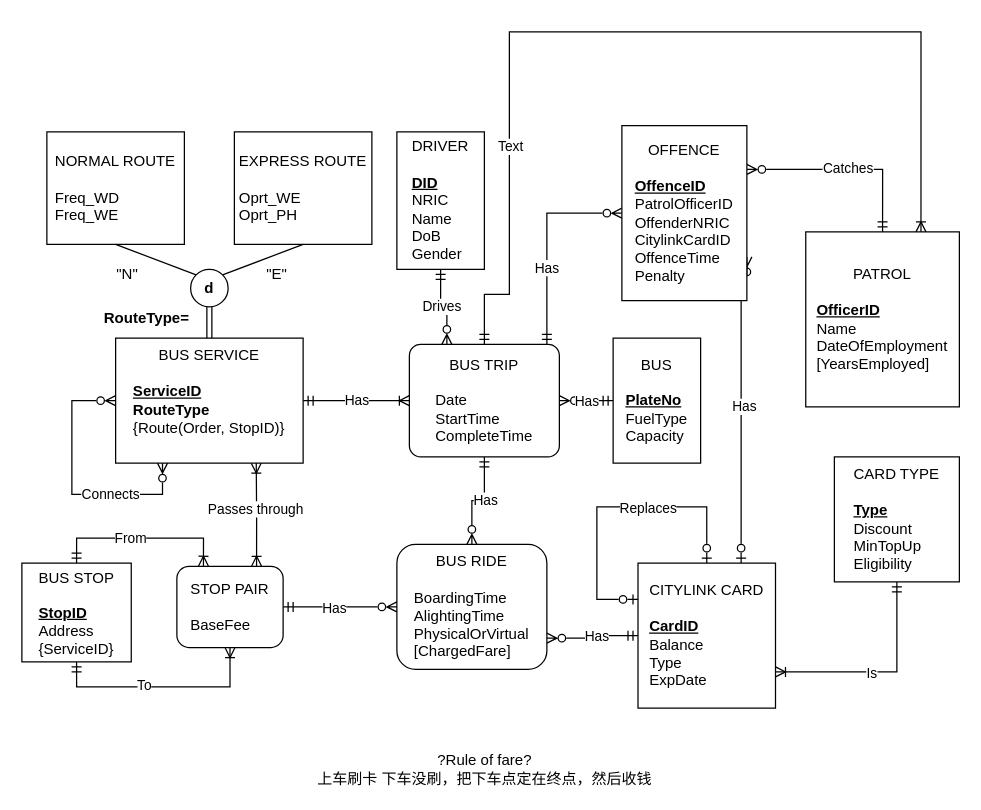
QJUNJIQ/DM22 keeps this draw.io diagram as page "Page-2" (2 of 3) of Public Bus Transport System (PBTS) .drawio. Above is the earlier version. Source tidied: cells renumbered, new cells numbered last; positions are measured from the earlier drawing's top-left corner, leaving out a move shared by most shapes. Both pictures are drawn from the tidied source at 125%, with x=0, y=0 at pixel (21, 31).
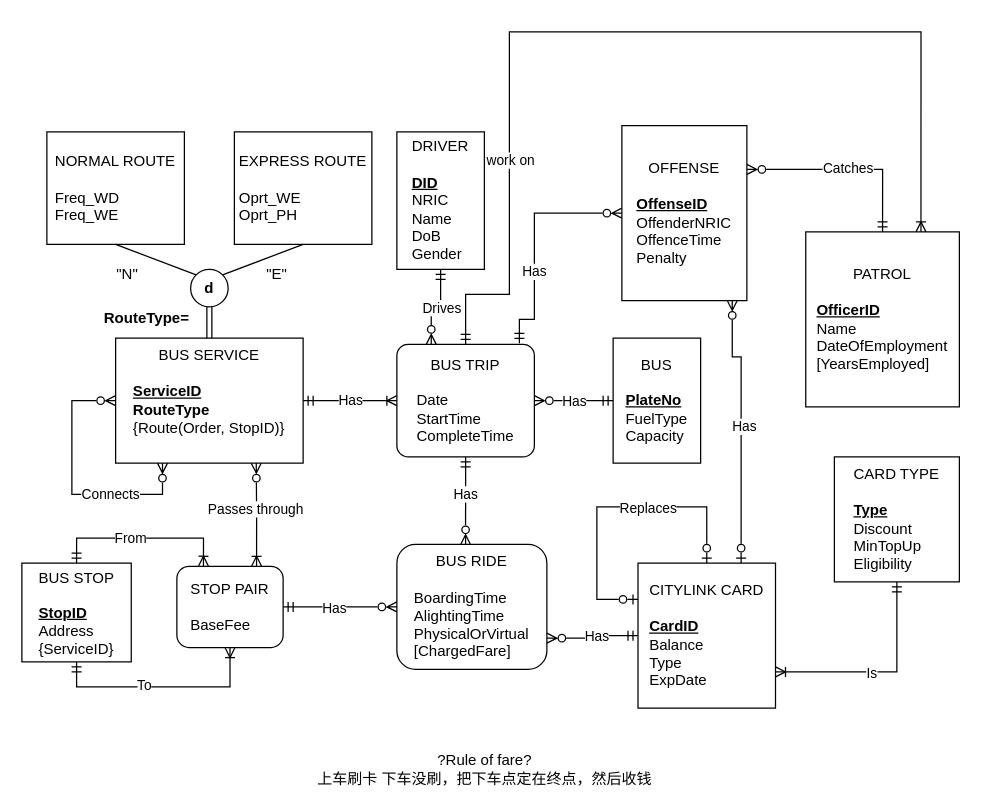
After the change.

Unchanged cells that the change refers to:
```xml
<mxCell id="10" value="BUS SERVICE&lt;br&gt;&lt;br&gt;&lt;div style=&quot;text-align: left&quot;&gt;&lt;b&gt;&lt;u&gt;ServiceID&lt;/u&gt;&lt;/b&gt;&lt;/div&gt;&lt;div style=&quot;text-align: left&quot;&gt;&lt;b&gt;RouteType&lt;/b&gt;&lt;span&gt;&lt;br&gt;&lt;/span&gt;&lt;/div&gt;&lt;div style=&quot;text-align: left&quot;&gt;&lt;span&gt;{Route&lt;/span&gt;&lt;span&gt;(Order, StopID)}&lt;/span&gt;&lt;/div&gt;&lt;div style=&quot;text-align: left&quot;&gt;&lt;span&gt;&lt;br&gt;&lt;/span&gt;&lt;/div&gt;" style="whiteSpace=wrap;html=1;align=center;" parent="1" vertex="1">
  <mxGeometry x="75" y="245" width="150" height="100" as="geometry" />
</mxCell>
<mxCell id="33" value="CITYLINK CARD&lt;br&gt;&lt;br&gt;&lt;div style=&quot;text-align: left&quot;&gt;&lt;span&gt;&lt;b&gt;&lt;u&gt;CardID&lt;/u&gt;&lt;/b&gt;&lt;/span&gt;&lt;/div&gt;&lt;div style=&quot;text-align: left&quot;&gt;&lt;span&gt;Balance&lt;/span&gt;&lt;/div&gt;&lt;div style=&quot;text-align: left&quot;&gt;&lt;span&gt;Type&lt;/span&gt;&lt;/div&gt;&lt;div style=&quot;text-align: left&quot;&gt;&lt;span&gt;ExpDate&lt;/span&gt;&lt;/div&gt;" style="whiteSpace=wrap;html=1;align=center;" parent="1" vertex="1">
  <mxGeometry x="492.9" y="425" width="110" height="116" as="geometry" />
</mxCell>
<mxCell id="37" value="BUS RIDE&lt;br&gt;&lt;br&gt;&lt;div style=&quot;text-align: left&quot;&gt;&lt;span&gt;BoardingTime&lt;/span&gt;&lt;br&gt;&lt;/div&gt;&lt;div style=&quot;text-align: left&quot;&gt;&lt;span&gt;AlightingTime&lt;/span&gt;&lt;/div&gt;&lt;div style=&quot;text-align: left&quot;&gt;&lt;span&gt;PhysicalOrVirtual&lt;/span&gt;&lt;/div&gt;&lt;div style=&quot;text-align: left&quot;&gt;&lt;span&gt;[ChargedFare]&lt;/span&gt;&lt;/div&gt;" style="rounded=1;whiteSpace=wrap;html=1;" parent="1" vertex="1">
  <mxGeometry x="300" y="410" width="120" height="100" as="geometry" />
</mxCell>
<mxCell id="40" value="STOP PAIR&lt;br&gt;&lt;br&gt;&lt;div style=&quot;text-align: left&quot;&gt;&lt;span&gt;BaseFee&lt;/span&gt;&lt;/div&gt;" style="rounded=1;whiteSpace=wrap;html=1;" parent="1" vertex="1">
  <mxGeometry x="124" y="427.5" width="85" height="65" as="geometry" />
</mxCell>
<mxCell id="43" value="PATROL&lt;br&gt;&lt;br&gt;&lt;div style=&quot;text-align: left&quot;&gt;&lt;b&gt;&lt;u&gt;OfficerID&lt;/u&gt;&lt;/b&gt;&lt;/div&gt;&lt;div style=&quot;text-align: left&quot;&gt;&lt;span&gt;Name&lt;/span&gt;&lt;/div&gt;&lt;div style=&quot;text-align: left&quot;&gt;&lt;span&gt;DateOfEmployment&lt;/span&gt;&lt;/div&gt;&lt;div style=&quot;text-align: left&quot;&gt;&lt;span&gt;[YearsEmployed]&lt;/span&gt;&lt;/div&gt;" style="whiteSpace=wrap;html=1;align=center;" parent="1" vertex="1">
  <mxGeometry x="627.1" y="160" width="122.9" height="140" as="geometry" />
</mxCell>
```

Diff of the diagram source:
```diff
@@
-    <mxCell id="6" style="edgeStyle=orthogonalEdgeStyle;rounded=0;jettySize=auto;html=1;exitX=0.75;exitY=0;exitDx=0;exitDy=0;entryX=0.75;entryY=1;entryDx=0;entryDy=0;startArrow=ERoneToMany;startFill=0;endArrow=ERoneToMany;endFill=0;" parent="1" edge="1" source="40" target="10">
+    <mxCell id="6" style="edgeStyle=orthogonalEdgeStyle;rounded=0;jettySize=auto;html=1;exitX=0.75;exitY=0;exitDx=0;exitDy=0;entryX=0.75;entryY=1;entryDx=0;entryDy=0;startArrow=ERoneToMany;startFill=0;endArrow=ERzeroToMany;endFill=0;" parent="1" edge="1" source="40" target="10">
       <mxGeometry relative="1" as="geometry" />
     </mxCell>
@@
-    <mxCell id="23" style="edgeStyle=orthogonalEdgeStyle;rounded=0;jettySize=auto;html=1;exitX=0.5;exitY=1;exitDx=0;exitDy=0;entryX=0.5;entryY=0;entryDx=0;entryDy=0;startArrow=ERmandOne;startFill=0;endArrow=ERzeroToMany;endFill=0;" parent="1" edge="1" source="25" target="37">
+    <mxCell id="23" style="edgeStyle=orthogonalEdgeStyle;rounded=0;jettySize=auto;html=1;exitX=0.5;exitY=1;exitDx=0;exitDy=0;entryX=0.458;entryY=0.003;entryDx=0;entryDy=0;startArrow=ERmandOne;startFill=0;endArrow=ERzeroToMany;endFill=0;entryPerimeter=0;" parent="1" edge="1" source="25" target="37">
       <mxGeometry relative="1" as="geometry" />
     </mxCell>
@@
     <mxCell id="25" value="BUS TRIP&lt;br&gt;&lt;br&gt;&lt;div style=&quot;text-align: left&quot;&gt;&lt;span&gt;Date&lt;/span&gt;&lt;/div&gt;&lt;div style=&quot;text-align: left&quot;&gt;&lt;span&gt;StartTime&lt;/span&gt;&lt;/div&gt;&lt;div style=&quot;text-align: left&quot;&gt;&lt;span&gt;CompleteTime&lt;/span&gt;&lt;/div&gt;" style="rounded=1;arcSize=10;whiteSpace=wrap;html=1;align=center;" parent="1" vertex="1">
-      <mxGeometry x="310" y="250" width="120" height="90" as="geometry" />
+      <mxGeometry x="300" y="250" width="110" height="90" as="geometry" />
     </mxCell>
@@
-    <mxCell id="44" value="Has" style="edgeStyle=orthogonalEdgeStyle;rounded=0;jettySize=auto;html=1;exitX=0;exitY=0.5;exitDx=0;exitDy=0;startArrow=ERzeroToMany;startFill=0;endArrow=ERmandOne;endFill=0;align=center;" parent="1" edge="1" source="49">
+    <mxCell id="44" value="Has" style="edgeStyle=orthogonalEdgeStyle;rounded=0;jettySize=auto;html=1;exitX=0;exitY=0.5;exitDx=0;exitDy=0;startArrow=ERzeroToMany;startFill=0;endArrow=ERmandOne;endFill=0;align=center;entryX=0.891;entryY=-0.01;entryDx=0;entryDy=0;entryPerimeter=0;" parent="1" edge="1" source="49" target="25">
       <mxGeometry x="0.26" relative="1" as="geometry">
-        <mxPoint x="420" y="250" as="targetPoint" />
         <Array as="points">
-          <mxPoint x="420" y="145" />
-          <mxPoint x="420" y="250" />
+          <mxPoint x="410" y="145" />
+          <mxPoint x="410" y="230" />
+          <mxPoint x="398" y="230" />
         </Array>
       </mxGeometry>
     </mxCell>
@@
-    <mxCell id="47" style="edgeStyle=orthogonalEdgeStyle;rounded=0;jettySize=auto;html=1;exitX=1;exitY=0.75;exitDx=0;exitDy=0;entryX=0.75;entryY=0;entryDx=0;entryDy=0;startArrow=ERzeroToMany;startFill=0;endArrow=ERzeroToOne;endFill=0;" parent="1" edge="1" source="49" target="33">
+    <mxCell id="47" style="edgeStyle=orthogonalEdgeStyle;rounded=0;jettySize=auto;html=1;entryX=0.75;entryY=0;entryDx=0;entryDy=0;startArrow=ERzeroToMany;startFill=0;endArrow=ERzeroToOne;endFill=0;exitX=0.883;exitY=0.999;exitDx=0;exitDy=0;exitPerimeter=0;" parent="1" edge="1" source="49" target="33">
       <mxGeometry relative="1" as="geometry">
         <Array as="points">
-          <mxPoint x="575" y="185" />
+          <mxPoint x="568" y="260" />
+          <mxPoint x="575" y="260" />
         </Array>
       </mxGeometry>
     </mxCell>
@@
-    <mxCell id="49" value="OFFENCE&lt;br&gt;&lt;br&gt;&lt;div style=&quot;text-align: left&quot;&gt;&lt;b&gt;&lt;u&gt;OffenceID&lt;/u&gt;&lt;/b&gt;&lt;/div&gt;&lt;div style=&quot;text-align: left&quot;&gt;&lt;span&gt;PatrolOfficerID&lt;/span&gt;&lt;/div&gt;&lt;div style=&quot;text-align: left&quot;&gt;&lt;span&gt;OffenderNRIC&lt;/span&gt;&lt;/div&gt;&lt;div style=&quot;text-align: left&quot;&gt;&lt;span&gt;CitylinkCardID&lt;/span&gt;&lt;/div&gt;&lt;div style=&quot;text-align: left&quot;&gt;&lt;span&gt;OffenceTime&lt;/span&gt;&lt;/div&gt;&lt;div style=&quot;text-align: left&quot;&gt;&lt;span&gt;Penalty&lt;/span&gt;&lt;/div&gt;" style="whiteSpace=wrap;html=1;align=center;" parent="1" vertex="1">
+    <mxCell id="49" value="OFFENSE&lt;br&gt;&lt;br&gt;&lt;div style=&quot;text-align: left&quot;&gt;&lt;b&gt;&lt;u&gt;OffenseID&lt;/u&gt;&lt;/b&gt;&lt;/div&gt;&lt;div style=&quot;text-align: left&quot;&gt;&lt;span&gt;OffenderNRIC&lt;/span&gt;&lt;br&gt;&lt;/div&gt;&lt;div style=&quot;text-align: left&quot;&gt;&lt;span&gt;OffenceTime&lt;/span&gt;&lt;br&gt;&lt;/div&gt;&lt;div style=&quot;text-align: left&quot;&gt;&lt;span&gt;Penalty&lt;/span&gt;&lt;/div&gt;" style="whiteSpace=wrap;html=1;align=center;" parent="1" vertex="1">
       <mxGeometry x="480" y="75" width="100" height="140" as="geometry" />
     </mxCell>
@@
     <mxCell id="51" style="edgeStyle=orthogonalEdgeStyle;fontSize=12;html=1;endArrow=ERoneToMany;startArrow=ERmandOne;rounded=0;entryX=0.75;entryY=0;entryDx=0;entryDy=0;exitX=0.5;exitY=0;exitDx=0;exitDy=0;endFill=0;" parent="1" edge="1" source="25" target="43">
       <mxGeometry relative="1" as="geometry">
         <Array as="points">
-          <mxPoint x="370" y="210" />
+          <mxPoint x="355" y="210" />
           <mxPoint x="390" y="210" />
           <mxPoint x="390" />
           <mxPoint x="719" />
         </Array>
       </mxGeometry>
     </mxCell>
-    <mxCell id="52" value="Text" style="edgeLabel;html=1;align=center;verticalAlign=middle;" parent="51" vertex="1">
+    <mxCell id="52" value="work on" style="edgeLabel;html=1;align=center;verticalAlign=middle;" parent="51" vertex="1">
       <mxGeometry x="-0.53" relative="1" as="geometry">
         <mxPoint y="-1" as="offset" />
       </mxGeometry>
     </mxCell>
```
